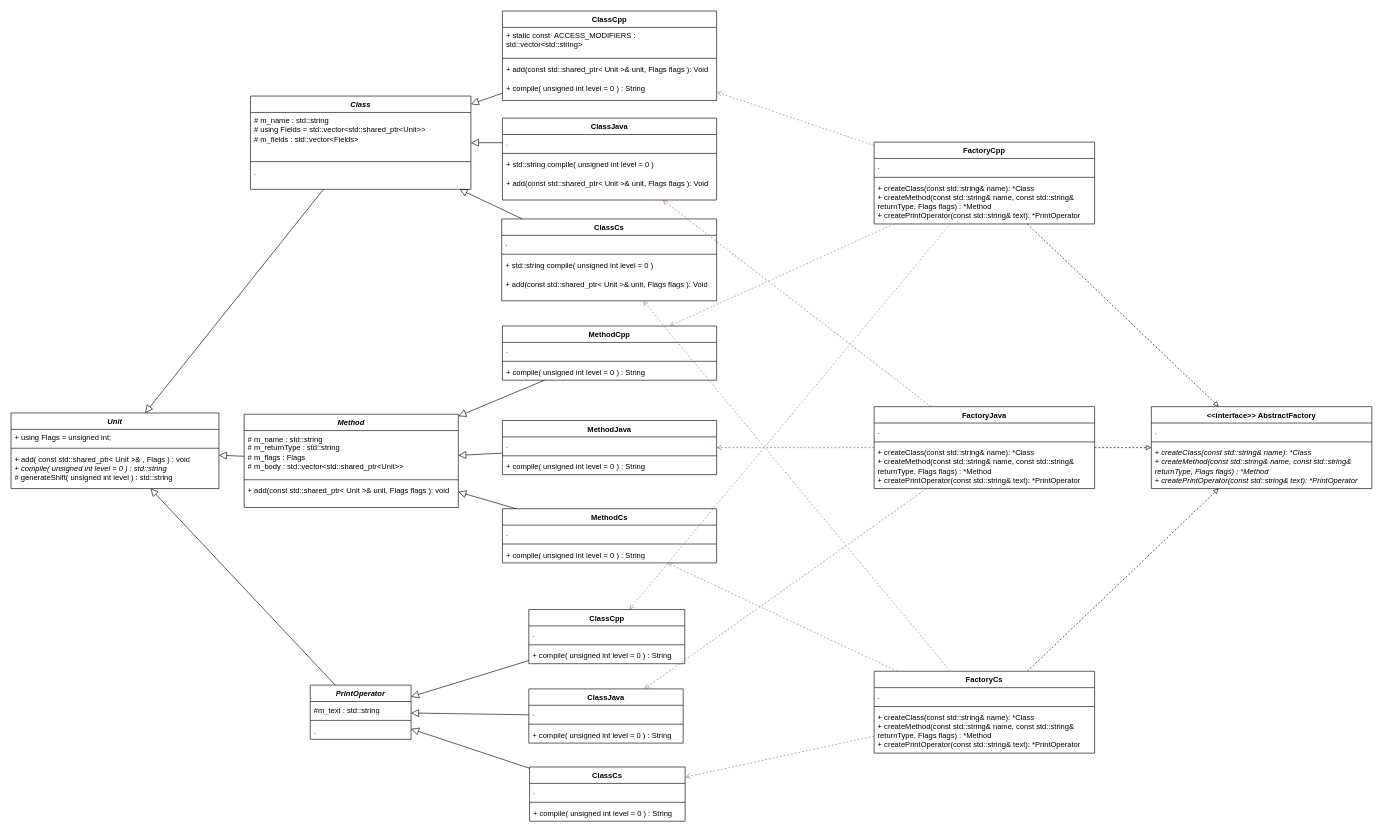
Above: UML.drawio in lekksha/CodeGenerator (draw.io), before the change. Source tidied: cells renumbered, new cells numbered last; positions are measured from the earlier drawing's top-left corner, leaving out a move shared by most shapes. Both pictures are drawn from the tidied source at 63%, with x=0, y=0 at pixel (11, 11).
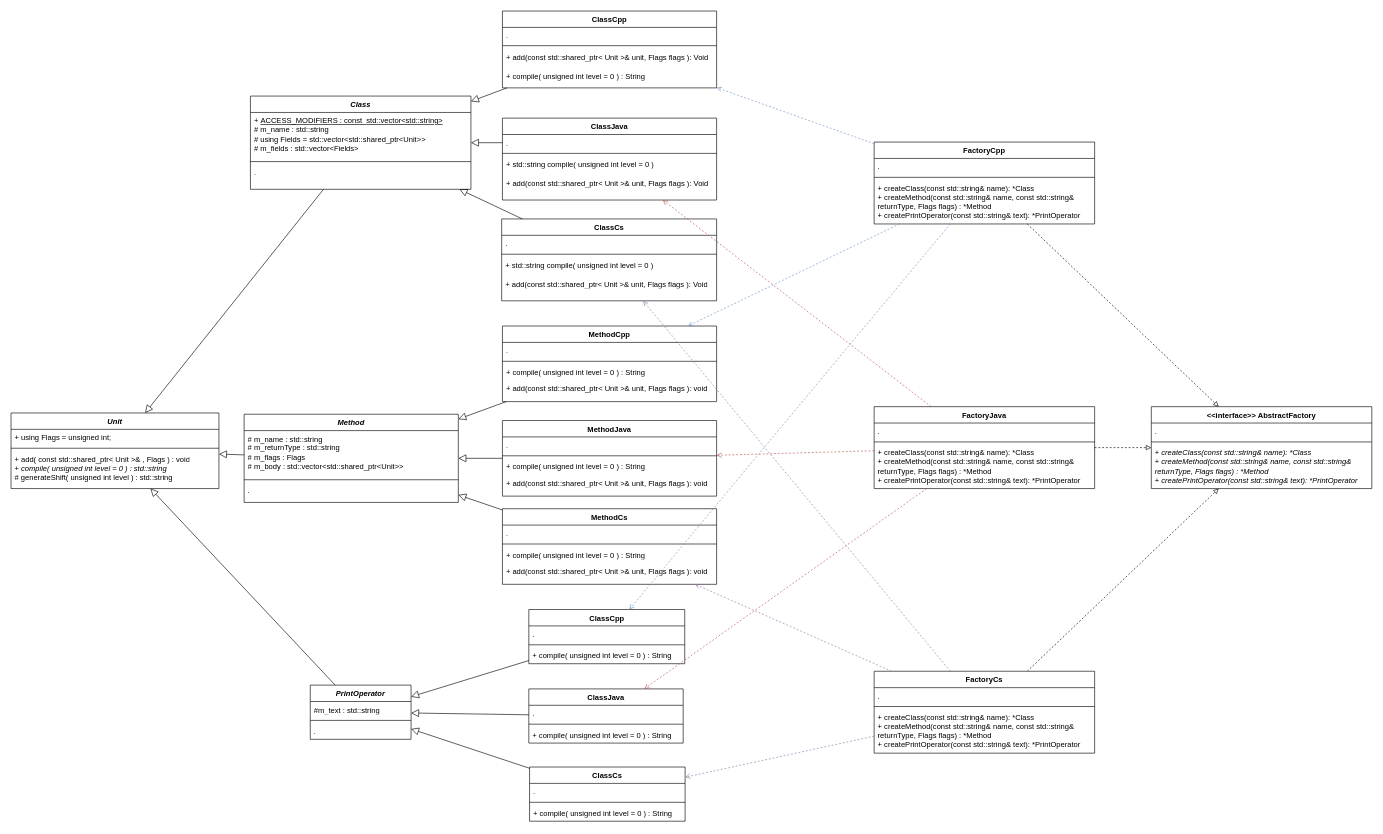
Above is the later version.

The change refers to these unchanged cells:
```xml
<mxCell id="93" value="&lt;i&gt;Class&lt;/i&gt;" style="swimlane;fontStyle=1;align=center;verticalAlign=top;horizontal=1;startSize=26;whiteSpace=wrap;html=1;" parent="1" vertex="1">
  <mxGeometry x="380" y="135" width="350" height="148" as="geometry" />
</mxCell>
```

Change to the diagram source:
```diff
@@
     <mxCell id="2" value="ClassCpp" style="swimlane;fontStyle=1;align=center;verticalAlign=top;horizontal=1;startSize=26;whiteSpace=wrap;html=1;" parent="1" vertex="1">
-      <mxGeometry x="780" width="340" height="142" as="geometry" />
+      <mxGeometry x="780" width="340" height="122" as="geometry" />
     </mxCell>
-    <mxCell id="3" value="+ static const&amp;nbsp; ACCESS_MODIFIERS : std::vector&amp;lt;std::string&amp;gt;" style="text;strokeColor=none;fillColor=none;align=left;verticalAlign=top;spacingLeft=4;spacingRight=4;overflow=hidden;whiteSpace=wrap;html=1;" parent="2" vertex="1">
-      <mxGeometry y="26" width="340" height="44" as="geometry" />
+    <mxCell id="3" value="." style="text;strokeColor=none;fillColor=none;align=left;verticalAlign=top;spacingLeft=4;spacingRight=4;overflow=hidden;whiteSpace=wrap;html=1;" parent="2" vertex="1">
+      <mxGeometry y="26" width="340" height="24" as="geometry" />
     </mxCell>
     <mxCell id="4" style="line;strokeWidth=1;fillColor=none;align=left;verticalAlign=middle;spacingTop=-1;spacingLeft=3;spacingRight=3;labelPosition=right;strokeColor=inherit;" parent="2" vertex="1">
-      <mxGeometry y="70" width="340" height="10" as="geometry" />
+      <mxGeometry y="50" width="340" height="10" as="geometry" />
     </mxCell>
     <mxCell id="5" value="+ add(const std::shared_ptr&amp;lt; Unit &amp;gt;&amp;amp; unit, Flags flags&amp;nbsp;): Void" style="text;strokeColor=none;fillColor=none;align=left;verticalAlign=top;spacingLeft=4;spacingRight=4;overflow=hidden;whiteSpace=wrap;html=1;" parent="2" vertex="1">
-      <mxGeometry y="80" width="340" height="30" as="geometry" />
+      <mxGeometry y="60" width="340" height="30" as="geometry" />
     </mxCell>
     <mxCell id="6" value="+ compile( unsigned int level = 0 ) : String" style="text;strokeColor=none;fillColor=none;align=left;verticalAlign=top;spacingLeft=4;spacingRight=4;overflow=hidden;whiteSpace=wrap;html=1;" parent="2" vertex="1">
-      <mxGeometry y="110" width="340" height="32" as="geometry" />
+      <mxGeometry y="90" width="340" height="32" as="geometry" />
     </mxCell>
@@
     <mxCell id="19" value="MethodCpp" style="swimlane;fontStyle=1;align=center;verticalAlign=top;horizontal=1;startSize=26;whiteSpace=wrap;html=1;" parent="1" vertex="1">
-      <mxGeometry x="780" y="500" width="340" height="86" as="geometry" />
+      <mxGeometry x="780" y="500" width="340" height="120" as="geometry" />
     </mxCell>
@@
+    <mxCell id="97" value="+ add(const std::shared_ptr&amp;lt; Unit &amp;gt;&amp;amp; unit, Flags flags&amp;nbsp;): void" style="text;strokeColor=none;fillColor=none;align=left;verticalAlign=top;spacingLeft=4;spacingRight=4;overflow=hidden;whiteSpace=wrap;html=1;" parent="19" vertex="1">
+      <mxGeometry y="86" width="340" height="34" as="geometry" />
+    </mxCell>
     <mxCell id="23" value="&lt;i&gt;Method&lt;/i&gt;" style="swimlane;fontStyle=1;align=center;verticalAlign=top;horizontal=1;startSize=26;whiteSpace=wrap;html=1;" parent="1" vertex="1">
-      <mxGeometry x="370" y="640" width="340" height="148" as="geometry" />
+      <mxGeometry x="370" y="640" width="340" height="140" as="geometry" />
     </mxCell>
@@
-    <mxCell id="26" value="+ add(const std::shared_ptr&amp;lt; Unit &amp;gt;&amp;amp; unit, Flags flags&amp;nbsp;): void" style="text;strokeColor=none;fillColor=none;align=left;verticalAlign=top;spacingLeft=4;spacingRight=4;overflow=hidden;whiteSpace=wrap;html=1;" parent="23" vertex="1">
-      <mxGeometry y="108" width="340" height="40" as="geometry" />
+    <mxCell id="26" value="." style="text;strokeColor=none;fillColor=none;align=left;verticalAlign=top;spacingLeft=4;spacingRight=4;overflow=hidden;whiteSpace=wrap;html=1;" parent="23" vertex="1">
+      <mxGeometry y="108" width="340" height="32" as="geometry" />
     </mxCell>
     <mxCell id="27" value="MethodJava" style="swimlane;fontStyle=1;align=center;verticalAlign=top;horizontal=1;startSize=26;whiteSpace=wrap;html=1;" parent="1" vertex="1">
-      <mxGeometry x="780" y="650" width="340" height="86" as="geometry" />
+      <mxGeometry x="780" y="650" width="340" height="120" as="geometry" />
     </mxCell>
@@
+    <mxCell id="98" value="+ add(const std::shared_ptr&amp;lt; Unit &amp;gt;&amp;amp; unit, Flags flags&amp;nbsp;): void" style="text;strokeColor=none;fillColor=none;align=left;verticalAlign=top;spacingLeft=4;spacingRight=4;overflow=hidden;whiteSpace=wrap;html=1;" parent="27" vertex="1">
+      <mxGeometry y="86" width="340" height="34" as="geometry" />
+    </mxCell>
     <mxCell id="31" value="MethodCs" style="swimlane;fontStyle=1;align=center;verticalAlign=top;horizontal=1;startSize=26;whiteSpace=wrap;html=1;" parent="1" vertex="1">
-      <mxGeometry x="780" y="790" width="340" height="86" as="geometry" />
+      <mxGeometry x="780" y="790" width="340" height="120" as="geometry" />
     </mxCell>
@@
+    <mxCell id="99" value="+ add(const std::shared_ptr&amp;lt; Unit &amp;gt;&amp;amp; unit, Flags flags&amp;nbsp;): void" style="text;strokeColor=none;fillColor=none;align=left;verticalAlign=top;spacingLeft=4;spacingRight=4;overflow=hidden;whiteSpace=wrap;html=1;" parent="31" vertex="1">
+      <mxGeometry y="86" width="340" height="34" as="geometry" />
+    </mxCell>
@@
-    <mxCell id="94" value="# m_name : std::string&lt;br style=&quot;border-color: var(--border-color);&quot;&gt;# using Fields = std::vector&amp;lt;std::shared_ptr&amp;lt;Unit&amp;gt;&amp;gt;&lt;br style=&quot;border-color: var(--border-color);&quot;&gt;&lt;span style=&quot;border-color: var(--border-color); background-color: initial;&quot;&gt;# m_fields :&lt;/span&gt;&amp;nbsp;std::vector&amp;lt;Fields&amp;gt;&lt;br style=&quot;border-color: var(--border-color);&quot;&gt;" style="text;strokeColor=none;fillColor=none;align=left;verticalAlign=top;spacingLeft=4;spacingRight=4;overflow=hidden;whiteSpace=wrap;html=1;" parent="93" vertex="1">
+    <mxCell id="94" value="&lt;div&gt;+&amp;nbsp;&lt;u&gt;ACCESS_MODIFIERS :&amp;nbsp;&lt;span style=&quot;background-color: initial;&quot;&gt;const&amp;nbsp;&lt;/span&gt;&lt;span style=&quot;background-color: initial;&quot;&gt;&amp;nbsp;&lt;/span&gt;&lt;span style=&quot;background-color: initial;&quot;&gt;std::vector&amp;lt;std::string&amp;gt;&lt;/span&gt;&lt;/u&gt;&lt;br&gt;&lt;/div&gt;# m_name : std::string&lt;br style=&quot;border-color: var(--border-color);&quot;&gt;# using Fields = std::vector&amp;lt;std::shared_ptr&amp;lt;Unit&amp;gt;&amp;gt;&lt;br style=&quot;border-color: var(--border-color);&quot;&gt;&lt;span style=&quot;border-color: var(--border-color); background-color: initial;&quot;&gt;# m_fields :&lt;/span&gt;&amp;nbsp;std::vector&amp;lt;Fields&amp;gt;" style="text;strokeColor=none;fillColor=none;align=left;verticalAlign=top;spacingLeft=4;spacingRight=4;overflow=hidden;whiteSpace=wrap;html=1;" parent="93" vertex="1">
       <mxGeometry y="26" width="350" height="74" as="geometry" />
     </mxCell>
```
